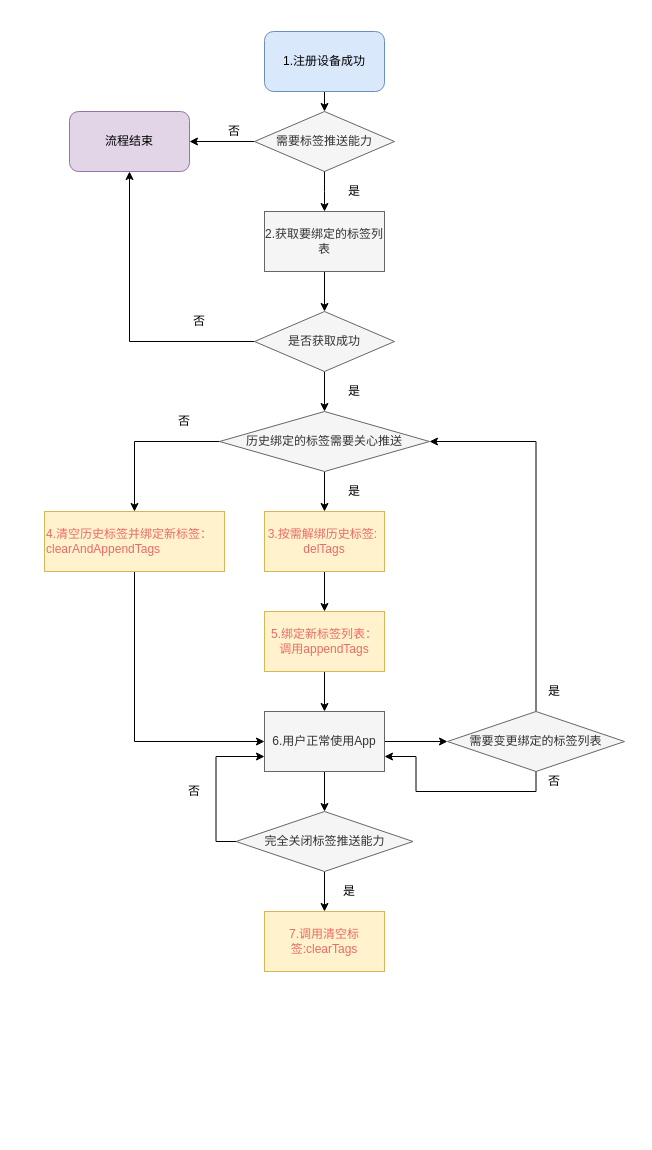
The draw.io diagram tag.drawio in muyanbiao/tpnsFlowChart, before the edit. Source tidied: cells renumbered, new cells numbered last; positions are measured from the earlier drawing's top-left corner, leaving out a move shared by most shapes. Both pictures are drawn from the tidied source at 100%, with x=0, y=0 at pixel (44, 31).
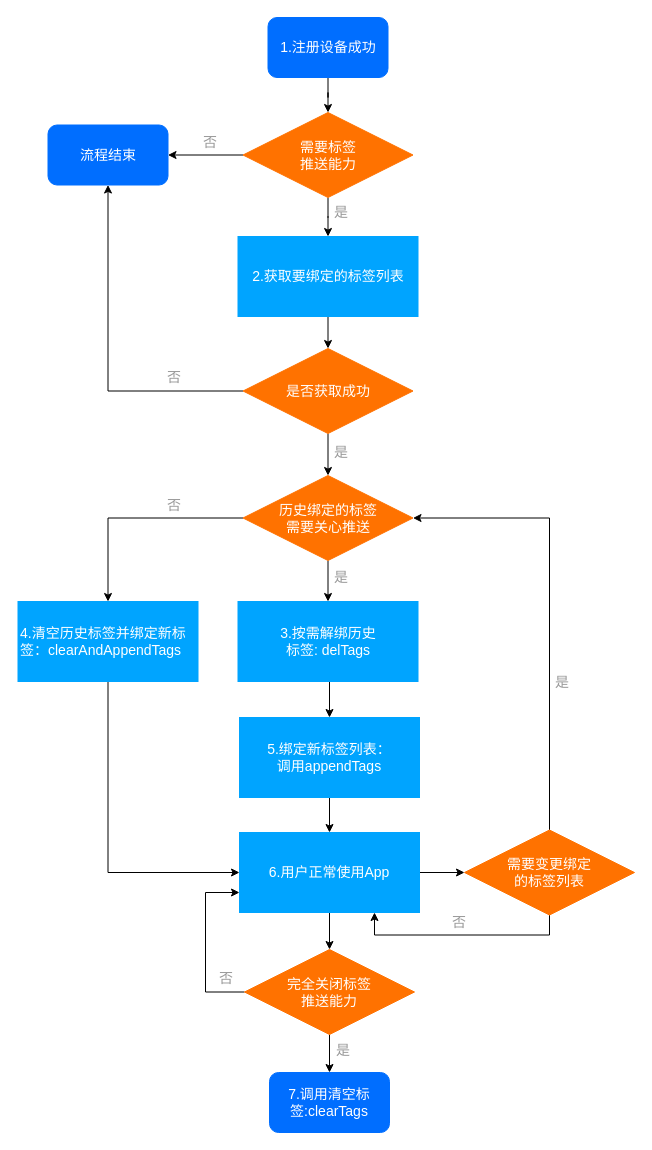
After the change.

Diff of the diagram source:
```diff
@@
-    <mxCell id="2" style="endArrow=classic;html=1;exitX=0.5;exitY=1;exitDx=0;exitDy=0;entryX=0.5;entryY=0;entryDx=0;entryDy=0;" parent="1" edge="1" source="3">
-      <mxGeometry relative="1" as="geometry">
-        <mxPoint x="280" y="80" as="targetPoint" />
-      </mxGeometry>
-    </mxCell>
+    <mxCell id="42" style="edgeStyle=orthogonalEdgeStyle;rounded=0;jettySize=auto;html=1;entryX=0.5;entryY=0;entryDx=0;entryDy=0;fontSize=14;fontColor=#FFFFFF;" parent="1" edge="1" source="3" target="6">
+      <mxGeometry relative="1" as="geometry" />
+    </mxCell>
-    <mxCell id="3" value="&lt;font face=&quot;helvetica&quot;&gt;1.注册设备成功&lt;/font&gt;" style="rounded=1;whiteSpace=wrap;html=1;fillColor=#dae8fc;strokeColor=#6c8ebf;" parent="1" vertex="1">
-      <mxGeometry x="220" width="120" height="60" as="geometry" />
+    <mxCell id="3" value="&lt;font face=&quot;helvetica&quot; style=&quot;font-size: 14px;&quot;&gt;1.注册设备成功&lt;/font&gt;" style="rounded=1;whiteSpace=wrap;html=1;fillColor=#006EFF;strokeColor=#006EFF;fontSize=14;fontColor=#FFFFFF;" parent="1" vertex="1">
+      <mxGeometry x="223.5" y="-14" width="120" height="60" as="geometry" />
     </mxCell>
-    <mxCell id="4" value="是" style="text;html=1;strokeColor=none;fillColor=none;align=center;verticalAlign=middle;whiteSpace=wrap;rounded=0;" parent="1" vertex="1">
-      <mxGeometry x="290" y="150" width="40" height="20" as="geometry" />
+    <mxCell id="4" value="是" style="text;html=1;strokeColor=none;fillColor=none;align=center;verticalAlign=middle;whiteSpace=wrap;rounded=0;fontSize=14;fontColor=#999999;" parent="1" vertex="1">
+      <mxGeometry x="284.5" y="169" width="24" height="24" as="geometry" />
     </mxCell>
-    <mxCell id="5" style="edgeStyle=orthogonalEdgeStyle;rounded=0;jettySize=auto;html=1;exitX=0;exitY=0.5;exitDx=0;exitDy=0;entryX=1;entryY=0.5;entryDx=0;entryDy=0;" parent="1" edge="1" source="6" target="8">
+    <mxCell id="5" style="edgeStyle=orthogonalEdgeStyle;rounded=0;jettySize=auto;html=1;exitX=0;exitY=0.5;exitDx=0;exitDy=0;entryX=1;entryY=0.5;entryDx=0;entryDy=0;fontSize=14;" parent="1" edge="1" source="6" target="8">
       <mxGeometry relative="1" as="geometry" />
     </mxCell>
+    <mxCell id="43" style="edgeStyle=orthogonalEdgeStyle;rounded=0;jettySize=auto;html=1;fontSize=14;fontColor=#FFFFFF;" parent="1" edge="1" source="6" target="11">
+      <mxGeometry relative="1" as="geometry" />
+    </mxCell>
-    <mxCell id="6" value="需要标签推送能力" style="rhombus;whiteSpace=wrap;html=1;fillColor=#f5f5f5;strokeColor=#666666;fontColor=#333333;" parent="1" vertex="1">
-      <mxGeometry x="210" y="80" width="140" height="60" as="geometry" />
+    <mxCell id="6" value="需要标签&lt;br&gt;推送能力" style="rhombus;whiteSpace=wrap;html=1;fillColor=#FF7200;strokeColor=#FF7200;fontColor=#FFFFFF;fontSize=14;" parent="1" vertex="1">
+      <mxGeometry x="198.5" y="81" width="170" height="85" as="geometry" />
     </mxCell>
-    <mxCell id="7" style="edgeStyle=orthogonalEdgeStyle;rounded=0;jettySize=auto;html=1;exitX=0.5;exitY=1;exitDx=0;exitDy=0;" parent="1" edge="1" source="6">
-      <mxGeometry relative="1" as="geometry">
-        <mxPoint x="280" y="180" as="targetPoint" />
-      </mxGeometry>
-    </mxCell>
-    <mxCell id="8" value="&lt;font face=&quot;helvetica&quot;&gt;流程结束&lt;br&gt;&lt;/font&gt;" style="rounded=1;whiteSpace=wrap;html=1;fillColor=#e1d5e7;strokeColor=#9673a6;" parent="1" vertex="1">
-      <mxGeometry x="25" y="80" width="120" height="60" as="geometry" />
+    <mxCell id="8" value="&lt;font face=&quot;helvetica&quot; style=&quot;font-size: 14px;&quot;&gt;流程结束&lt;br style=&quot;font-size: 14px;&quot;&gt;&lt;/font&gt;" style="rounded=1;whiteSpace=wrap;html=1;fillColor=#006EFF;strokeColor=#006EFF;fontSize=14;fontColor=#FFFFFF;" parent="1" vertex="1">
+      <mxGeometry x="3.5" y="93.5" width="120" height="60" as="geometry" />
     </mxCell>
-    <mxCell id="9" value="否" style="text;html=1;strokeColor=none;fillColor=none;align=center;verticalAlign=middle;whiteSpace=wrap;rounded=0;" parent="1" vertex="1">
-      <mxGeometry x="170" y="90" width="40" height="20" as="geometry" />
+    <mxCell id="9" value="否" style="text;html=1;strokeColor=none;fillColor=none;align=center;verticalAlign=middle;whiteSpace=wrap;rounded=0;fontSize=14;fontColor=#999999;" parent="1" vertex="1">
+      <mxGeometry x="154" y="99" width="24" height="24" as="geometry" />
     </mxCell>
-    <mxCell id="10" style="edgeStyle=orthogonalEdgeStyle;rounded=0;jettySize=auto;html=1;exitX=0.5;exitY=1;exitDx=0;exitDy=0;entryX=0.5;entryY=0;entryDx=0;entryDy=0;" parent="1" edge="1" source="11" target="14">
+    <mxCell id="10" style="edgeStyle=orthogonalEdgeStyle;rounded=0;jettySize=auto;html=1;exitX=0.5;exitY=1;exitDx=0;exitDy=0;entryX=0.5;entryY=0;entryDx=0;entryDy=0;fontSize=14;" parent="1" edge="1" source="11" target="14">
       <mxGeometry relative="1" as="geometry" />
     </mxCell>
-    <mxCell id="11" value="&lt;font face=&quot;helvetica&quot;&gt;2.获取要绑定的标签列表&lt;/font&gt;" style="rounded=0;whiteSpace=wrap;html=1;fillColor=#f5f5f5;strokeColor=#666666;fontColor=#333333;" parent="1" vertex="1">
-      <mxGeometry x="220" y="180" width="120" height="60" as="geometry" />
+    <mxCell id="11" value="&lt;font face=&quot;helvetica&quot; style=&quot;font-size: 14px;&quot;&gt;2.获取要绑定的标签列表&lt;/font&gt;" style="rounded=0;whiteSpace=wrap;html=1;fontSize=14;strokeColor=#00A4FF;fillColor=#00A4FF;fontColor=#FFFFFF;" parent="1" vertex="1">
+      <mxGeometry x="193.5" y="205" width="180" height="80" as="geometry" />
     </mxCell>
+    <mxCell id="13" style="edgeStyle=orthogonalEdgeStyle;rounded=0;jettySize=auto;html=1;exitX=0;exitY=0.5;exitDx=0;exitDy=0;entryX=0.5;entryY=1;entryDx=0;entryDy=0;fontSize=14;" parent="1" edge="1" source="14" target="8">
+      <mxGeometry relative="1" as="geometry" />
+    </mxCell>
-    <mxCell id="12" style="edgeStyle=orthogonalEdgeStyle;rounded=0;jettySize=auto;html=1;exitX=0.5;exitY=1;exitDx=0;exitDy=0;entryX=0.5;entryY=0;entryDx=0;entryDy=0;" parent="1" edge="1" source="14" target="18">
+    <mxCell id="12" style="edgeStyle=orthogonalEdgeStyle;rounded=0;jettySize=auto;html=1;fontSize=14;fontColor=#FFFFFF;" parent="1" edge="1" source="14" target="18">
       <mxGeometry relative="1" as="geometry" />
     </mxCell>
-    <mxCell id="13" style="edgeStyle=orthogonalEdgeStyle;rounded=0;jettySize=auto;html=1;exitX=0;exitY=0.5;exitDx=0;exitDy=0;entryX=0.5;entryY=1;entryDx=0;entryDy=0;" parent="1" edge="1" source="14" target="8">
-      <mxGeometry relative="1" as="geometry" />
-    </mxCell>
-    <mxCell id="14" value="是否获取成功" style="rhombus;whiteSpace=wrap;html=1;fillColor=#f5f5f5;strokeColor=#666666;fontColor=#333333;" parent="1" vertex="1">
-      <mxGeometry x="210" y="280" width="140" height="60" as="geometry" />
+    <mxCell id="14" value="是否获取成功" style="rhombus;whiteSpace=wrap;html=1;fillColor=#FF7200;strokeColor=#FF7200;fontColor=#FFFFFF;fontSize=14;" parent="1" vertex="1">
+      <mxGeometry x="198.5" y="317" width="170" height="85" as="geometry" />
     </mxCell>
-    <mxCell id="15" value="否" style="text;html=1;strokeColor=none;fillColor=none;align=center;verticalAlign=middle;whiteSpace=wrap;rounded=0;" parent="1" vertex="1">
-      <mxGeometry x="135" y="280" width="40" height="20" as="geometry" />
+    <mxCell id="15" value="否" style="text;html=1;strokeColor=none;fillColor=none;align=center;verticalAlign=middle;whiteSpace=wrap;rounded=0;fontSize=14;fontColor=#999999;" parent="1" vertex="1">
+      <mxGeometry x="118" y="334" width="24" height="24" as="geometry" />
     </mxCell>
+    <mxCell id="17" style="edgeStyle=orthogonalEdgeStyle;rounded=0;jettySize=auto;html=1;exitX=0;exitY=0.5;exitDx=0;exitDy=0;entryX=0.5;entryY=0;entryDx=0;entryDy=0;fontSize=14;" parent="1" edge="1" source="18" target="26">
+      <mxGeometry relative="1" as="geometry" />
+    </mxCell>
-    <mxCell id="16" style="edgeStyle=orthogonalEdgeStyle;rounded=0;jettySize=auto;html=1;exitX=0.5;exitY=1;exitDx=0;exitDy=0;entryX=0.5;entryY=0;entryDx=0;entryDy=0;" parent="1" edge="1" source="18" target="21">
+    <mxCell id="16" style="edgeStyle=orthogonalEdgeStyle;rounded=0;jettySize=auto;html=1;fontSize=14;fontColor=#FFFFFF;" parent="1" edge="1" source="18" target="21">
       <mxGeometry relative="1" as="geometry" />
     </mxCell>
-    <mxCell id="17" style="edgeStyle=orthogonalEdgeStyle;rounded=0;jettySize=auto;html=1;exitX=0;exitY=0.5;exitDx=0;exitDy=0;entryX=0.5;entryY=0;entryDx=0;entryDy=0;" parent="1" edge="1" source="18" target="26">
-      <mxGeometry relative="1" as="geometry" />
-    </mxCell>
-    <mxCell id="18" value="历史绑定的标签需要关心推送" style="rhombus;whiteSpace=wrap;html=1;fillColor=#f5f5f5;strokeColor=#666666;fontColor=#333333;" parent="1" vertex="1">
-      <mxGeometry x="175" y="380" width="210" height="60" as="geometry" />
+    <mxCell id="18" value="历史绑定的标签&lt;br&gt;需要关心推送" style="rhombus;whiteSpace=wrap;html=1;fillColor=#FF7200;strokeColor=#FF7200;fontColor=#FFFFFF;fontSize=14;" parent="1" vertex="1">
+      <mxGeometry x="198.5" y="444" width="170" height="85" as="geometry" />
     </mxCell>
-    <mxCell id="19" value="是" style="text;html=1;strokeColor=none;fillColor=none;align=center;verticalAlign=middle;whiteSpace=wrap;rounded=0;" parent="1" vertex="1">
-      <mxGeometry x="290" y="350" width="40" height="20" as="geometry" />
+    <mxCell id="19" value="是" style="text;html=1;strokeColor=none;fillColor=none;align=center;verticalAlign=middle;whiteSpace=wrap;rounded=0;fontSize=14;fontColor=#999999;" parent="1" vertex="1">
+      <mxGeometry x="284.5" y="409" width="24" height="24" as="geometry" />
     </mxCell>
-    <mxCell id="20" style="edgeStyle=orthogonalEdgeStyle;rounded=0;jettySize=auto;html=1;exitX=0.5;exitY=1;exitDx=0;exitDy=0;entryX=0.5;entryY=0;entryDx=0;entryDy=0;" parent="1" edge="1" source="21" target="23">
+    <mxCell id="20" style="edgeStyle=orthogonalEdgeStyle;rounded=0;jettySize=auto;html=1;exitX=0.5;exitY=1;exitDx=0;exitDy=0;entryX=0.5;entryY=0;entryDx=0;entryDy=0;fontSize=14;" parent="1" edge="1" source="21" target="23">
       <mxGeometry relative="1" as="geometry" />
     </mxCell>
-    <mxCell id="21" value="&lt;font color=&quot;#ea6b66&quot;&gt;&lt;font face=&quot;helvetica&quot;&gt;3.按需解绑历史标签:&amp;nbsp;&lt;br&gt;&lt;/font&gt;&lt;span style=&quot;font-family: &amp;#34;helvetica&amp;#34;&quot;&gt;delTags&lt;/span&gt;&lt;/font&gt;" style="rounded=0;whiteSpace=wrap;html=1;fillColor=#fff2cc;strokeColor=#d6b656;" parent="1" vertex="1">
-      <mxGeometry x="220" y="480" width="120" height="60" as="geometry" />
+    <mxCell id="21" value="&lt;font style=&quot;font-size: 14px&quot;&gt;&lt;font face=&quot;helvetica&quot; style=&quot;font-size: 14px&quot;&gt;3.按需解绑历史&lt;br&gt;标签:&amp;nbsp;&lt;/font&gt;&lt;span style=&quot;font-family: &amp;#34;helvetica&amp;#34; ; font-size: 14px&quot;&gt;delTags&lt;/span&gt;&lt;/font&gt;" style="rounded=0;whiteSpace=wrap;html=1;fontSize=14;strokeColor=#00A4FF;fillColor=#00A4FF;fontColor=#FFFFFF;" parent="1" vertex="1">
+      <mxGeometry x="193.5" y="570" width="180" height="80" as="geometry" />
     </mxCell>
-    <mxCell id="22" style="edgeStyle=orthogonalEdgeStyle;rounded=0;jettySize=auto;html=1;exitX=0.5;exitY=1;exitDx=0;exitDy=0;entryX=0.5;entryY=0;entryDx=0;entryDy=0;" parent="1" edge="1" source="23" target="30">
+    <mxCell id="22" style="edgeStyle=orthogonalEdgeStyle;rounded=0;jettySize=auto;html=1;fontSize=14;fontColor=#999999;" parent="1" edge="1" source="23" target="30">
       <mxGeometry relative="1" as="geometry" />
     </mxCell>
-    <mxCell id="23" value="&lt;font color=&quot;#ea6b66&quot;&gt;&lt;font face=&quot;helvetica&quot;&gt;5.绑定新标签列表：&lt;br&gt;调用appendTag&lt;/font&gt;&lt;span style=&quot;font-family: &amp;#34;helvetica&amp;#34;&quot;&gt;s&lt;/span&gt;&lt;/font&gt;" style="rounded=0;whiteSpace=wrap;html=1;fillColor=#fff2cc;strokeColor=#d6b656;" parent="1" vertex="1">
-      <mxGeometry x="220" y="580" width="120" height="60" as="geometry" />
+    <mxCell id="23" value="&lt;font style=&quot;font-size: 14px;&quot;&gt;&lt;font face=&quot;helvetica&quot; style=&quot;font-size: 14px;&quot;&gt;5.绑定新标签列表：&lt;br style=&quot;font-size: 14px;&quot;&gt;调用appendTag&lt;/font&gt;&lt;span style=&quot;font-family: helvetica; font-size: 14px;&quot;&gt;s&lt;/span&gt;&lt;/font&gt;" style="rounded=0;whiteSpace=wrap;html=1;fontSize=14;strokeColor=#00A4FF;fillColor=#00A4FF;fontColor=#FFFFFF;" parent="1" vertex="1">
+      <mxGeometry x="195" y="686" width="180" height="80" as="geometry" />
     </mxCell>
-    <mxCell id="24" value="是" style="text;html=1;strokeColor=none;fillColor=none;align=center;verticalAlign=middle;whiteSpace=wrap;rounded=0;" parent="1" vertex="1">
-      <mxGeometry x="290" y="450" width="40" height="20" as="geometry" />
+    <mxCell id="24" value="是" style="text;html=1;strokeColor=none;fillColor=none;align=center;verticalAlign=middle;whiteSpace=wrap;rounded=0;fontSize=14;fontColor=#999999;" parent="1" vertex="1">
+      <mxGeometry x="284.5" y="534" width="24" height="24" as="geometry" />
     </mxCell>
-    <mxCell id="25" style="edgeStyle=orthogonalEdgeStyle;rounded=0;jettySize=auto;html=1;exitX=0.5;exitY=1;exitDx=0;exitDy=0;entryX=0;entryY=0.5;entryDx=0;entryDy=0;" parent="1" edge="1" source="26" target="30">
+    <mxCell id="25" style="edgeStyle=orthogonalEdgeStyle;rounded=0;jettySize=auto;html=1;exitX=0.5;exitY=1;exitDx=0;exitDy=0;entryX=0;entryY=0.5;entryDx=0;entryDy=0;fontSize=14;" parent="1" edge="1" source="26" target="30">
       <mxGeometry relative="1" as="geometry" />
     </mxCell>
-    <mxCell id="26" value="&lt;font face=&quot;helvetica&quot; color=&quot;#ea6b66&quot;&gt;4.清空历史标签并绑定新标签：clearAndAppendTags&lt;/font&gt;" style="rounded=0;whiteSpace=wrap;html=1;fillColor=#fff2cc;strokeColor=#d6b656;align=left;" parent="1" vertex="1">
-      <mxGeometry y="480" width="180" height="60" as="geometry" />
+    <mxCell id="26" value="&lt;font face=&quot;helvetica&quot; style=&quot;font-size: 14px;&quot;&gt;4.清空历史标签并绑定新标签：clearAndAppendTags&lt;/font&gt;" style="rounded=0;whiteSpace=wrap;html=1;align=left;fontSize=14;strokeColor=#00A4FF;fillColor=#00A4FF;fontColor=#FFFFFF;" parent="1" vertex="1">
+      <mxGeometry x="-26.5" y="570" width="180" height="80" as="geometry" />
     </mxCell>
-    <mxCell id="27" value="否" style="text;html=1;strokeColor=none;fillColor=none;align=center;verticalAlign=middle;whiteSpace=wrap;rounded=0;" parent="1" vertex="1">
-      <mxGeometry x="120" y="380" width="40" height="20" as="geometry" />
+    <mxCell id="27" value="否" style="text;html=1;strokeColor=none;fillColor=none;align=center;verticalAlign=middle;whiteSpace=wrap;rounded=0;fontSize=14;fontColor=#999999;" parent="1" vertex="1">
+      <mxGeometry x="118" y="462" width="24" height="24" as="geometry" />
     </mxCell>
-    <mxCell id="28" style="edgeStyle=orthogonalEdgeStyle;rounded=0;jettySize=auto;html=1;exitX=1;exitY=0.5;exitDx=0;exitDy=0;entryX=0;entryY=0.5;entryDx=0;entryDy=0;" parent="1" edge="1" source="30" target="33">
+    <mxCell id="28" style="edgeStyle=orthogonalEdgeStyle;rounded=0;jettySize=auto;html=1;exitX=1;exitY=0.5;exitDx=0;exitDy=0;entryX=0;entryY=0.5;entryDx=0;entryDy=0;fontSize=14;" parent="1" edge="1" source="30" target="33">
       <mxGeometry relative="1" as="geometry" />
     </mxCell>
-    <mxCell id="29" style="edgeStyle=orthogonalEdgeStyle;rounded=0;jettySize=auto;html=1;exitX=0.5;exitY=1;exitDx=0;exitDy=0;entryX=0.5;entryY=0;entryDx=0;entryDy=0;" parent="1" edge="1" source="30" target="38">
+    <mxCell id="29" style="edgeStyle=orthogonalEdgeStyle;rounded=0;jettySize=auto;html=1;exitX=0.5;exitY=1;exitDx=0;exitDy=0;entryX=0.5;entryY=0;entryDx=0;entryDy=0;fontSize=14;" parent="1" edge="1" source="30" target="38">
       <mxGeometry relative="1" as="geometry" />
     </mxCell>
-    <mxCell id="30" value="&lt;font face=&quot;helvetica&quot;&gt;6.用户正常使用App&lt;br&gt;&lt;/font&gt;" style="rounded=0;whiteSpace=wrap;html=1;fillColor=#f5f5f5;strokeColor=#666666;fontColor=#333333;" parent="1" vertex="1">
-      <mxGeometry x="220" y="680" width="120" height="60" as="geometry" />
+    <mxCell id="30" value="&lt;font face=&quot;helvetica&quot; style=&quot;font-size: 14px;&quot;&gt;6.用户正常使用App&lt;br style=&quot;font-size: 14px;&quot;&gt;&lt;/font&gt;" style="rounded=0;whiteSpace=wrap;html=1;fontSize=14;strokeColor=#00A4FF;fillColor=#00A4FF;fontColor=#FFFFFF;" parent="1" vertex="1">
+      <mxGeometry x="195" y="801" width="180" height="80" as="geometry" />
     </mxCell>
-    <mxCell id="31" style="edgeStyle=orthogonalEdgeStyle;rounded=0;jettySize=auto;html=1;exitX=0.5;exitY=0;exitDx=0;exitDy=0;entryX=1;entryY=0.5;entryDx=0;entryDy=0;" parent="1" edge="1" source="33" target="18">
+    <mxCell id="31" style="edgeStyle=orthogonalEdgeStyle;rounded=0;jettySize=auto;html=1;exitX=0.5;exitY=0;exitDx=0;exitDy=0;entryX=1;entryY=0.5;entryDx=0;entryDy=0;fontSize=14;" parent="1" edge="1" source="33" target="18">
       <mxGeometry relative="1" as="geometry" />
     </mxCell>
-    <mxCell id="32" style="edgeStyle=orthogonalEdgeStyle;rounded=0;jettySize=auto;html=1;exitX=0.5;exitY=1;exitDx=0;exitDy=0;entryX=1;entryY=0.75;entryDx=0;entryDy=0;" parent="1" edge="1" source="33" target="30">
+    <mxCell id="32" style="edgeStyle=orthogonalEdgeStyle;rounded=0;jettySize=auto;html=1;exitX=0.5;exitY=1;exitDx=0;exitDy=0;entryX=0.75;entryY=1;entryDx=0;entryDy=0;fontSize=14;" parent="1" edge="1" source="33" target="30">
       <mxGeometry relative="1" as="geometry" />
     </mxCell>
-    <mxCell id="33" value="需要变更绑定的标签列表" style="rhombus;whiteSpace=wrap;html=1;fillColor=#f5f5f5;strokeColor=#666666;fontColor=#333333;" parent="1" vertex="1">
-      <mxGeometry x="403" y="680" width="177" height="60" as="geometry" />
+    <mxCell id="33" value="需要变更绑定&lt;br&gt;的标签列表" style="rhombus;whiteSpace=wrap;html=1;fillColor=#FF7200;strokeColor=#FF7200;fontColor=#FFFFFF;fontSize=14;" parent="1" vertex="1">
+      <mxGeometry x="420" y="798.5" width="170" height="85" as="geometry" />
     </mxCell>
-    <mxCell id="34" value="是" style="text;html=1;strokeColor=none;fillColor=none;align=center;verticalAlign=middle;whiteSpace=wrap;rounded=0;" parent="1" vertex="1">
-      <mxGeometry x="490" y="650" width="40" height="20" as="geometry" />
+    <mxCell id="34" value="是" style="text;html=1;strokeColor=none;fillColor=none;align=center;verticalAlign=middle;whiteSpace=wrap;rounded=0;fontSize=14;fontColor=#999999;" parent="1" vertex="1">
+      <mxGeometry x="506" y="639" width="24" height="24" as="geometry" />
     </mxCell>
-    <mxCell id="35" value="否" style="text;html=1;strokeColor=none;fillColor=none;align=center;verticalAlign=middle;whiteSpace=wrap;rounded=0;" parent="1" vertex="1">
-      <mxGeometry x="490" y="740" width="40" height="20" as="geometry" />
+    <mxCell id="35" value="否" style="text;html=1;strokeColor=none;fillColor=none;align=center;verticalAlign=middle;whiteSpace=wrap;rounded=0;fontSize=14;fontColor=#999999;" parent="1" vertex="1">
+      <mxGeometry x="403" y="879" width="24" height="24" as="geometry" />
     </mxCell>
-    <mxCell id="36" style="edgeStyle=orthogonalEdgeStyle;rounded=0;jettySize=auto;html=1;exitX=0.5;exitY=1;exitDx=0;exitDy=0;entryX=0.5;entryY=0;entryDx=0;entryDy=0;" parent="1" edge="1" source="38" target="39">
+    <mxCell id="36" style="edgeStyle=orthogonalEdgeStyle;rounded=0;jettySize=auto;html=1;exitX=0.5;exitY=1;exitDx=0;exitDy=0;entryX=0.5;entryY=0;entryDx=0;entryDy=0;fontSize=14;" parent="1" edge="1" source="38" target="39">
       <mxGeometry relative="1" as="geometry" />
     </mxCell>
-    <mxCell id="37" style="edgeStyle=orthogonalEdgeStyle;rounded=0;jettySize=auto;html=1;exitX=0;exitY=0.5;exitDx=0;exitDy=0;entryX=0;entryY=0.75;entryDx=0;entryDy=0;" parent="1" edge="1" source="38" target="30">
-      <mxGeometry relative="1" as="geometry" />
+    <mxCell id="37" style="edgeStyle=orthogonalEdgeStyle;rounded=0;jettySize=auto;html=1;entryX=0;entryY=0.75;entryDx=0;entryDy=0;fontSize=14;fontColor=#999999;" parent="1" edge="1" source="38" target="30">
+      <mxGeometry relative="1" as="geometry">
+        <Array as="points">
+          <mxPoint x="161" y="961" />
+          <mxPoint x="161" y="861" />
+        </Array>
+      </mxGeometry>
     </mxCell>
-    <mxCell id="38" value="完全关闭标签推送能力" style="rhombus;whiteSpace=wrap;html=1;fillColor=#f5f5f5;strokeColor=#666666;fontColor=#333333;" parent="1" vertex="1">
-      <mxGeometry x="191.5" y="780" width="177" height="60" as="geometry" />
+    <mxCell id="38" value="完全关闭标签&lt;br&gt;推送能力" style="rhombus;whiteSpace=wrap;html=1;fillColor=#FF7200;strokeColor=#FF7200;fontColor=#FFFFFF;fontSize=14;" parent="1" vertex="1">
+      <mxGeometry x="200" y="918" width="170" height="85" as="geometry" />
     </mxCell>
-    <mxCell id="39" value="&lt;font face=&quot;helvetica&quot;&gt;&lt;font color=&quot;#ea6b66&quot;&gt;7.调用清空标签:clearTags&lt;/font&gt;&lt;br&gt;&lt;/font&gt;" style="rounded=0;whiteSpace=wrap;html=1;fillColor=#fff2cc;strokeColor=#d6b656;" parent="1" vertex="1">
-      <mxGeometry x="220" y="880" width="120" height="60" as="geometry" />
+    <mxCell id="39" value="&lt;font face=&quot;helvetica&quot; style=&quot;font-size: 14px;&quot;&gt;&lt;font style=&quot;font-size: 14px;&quot;&gt;7.调用清空标签:clearTags&lt;/font&gt;&lt;br style=&quot;font-size: 14px;&quot;&gt;&lt;/font&gt;" style="rounded=1;whiteSpace=wrap;html=1;fillColor=#006EFF;strokeColor=#006EFF;fontSize=14;fontColor=#FFFFFF;" parent="1" vertex="1">
+      <mxGeometry x="225" y="1041" width="120" height="60" as="geometry" />
     </mxCell>
-    <mxCell id="40" value="是" style="text;html=1;strokeColor=none;fillColor=none;align=center;verticalAlign=middle;whiteSpace=wrap;rounded=0;" parent="1" vertex="1">
-      <mxGeometry x="285" y="850" width="40" height="20" as="geometry" />
+    <mxCell id="40" value="是" style="text;html=1;strokeColor=none;fillColor=none;align=center;verticalAlign=middle;whiteSpace=wrap;rounded=0;fontSize=14;fontColor=#999999;" parent="1" vertex="1">
+      <mxGeometry x="286.5" y="1007" width="24" height="24" as="geometry" />
     </mxCell>
-    <mxCell id="41" value="否" style="text;html=1;strokeColor=none;fillColor=none;align=center;verticalAlign=middle;whiteSpace=wrap;rounded=0;" parent="1" vertex="1">
-      <mxGeometry x="130" y="750" width="40" height="20" as="geometry" />
+    <mxCell id="41" value="否" style="text;html=1;strokeColor=none;fillColor=none;align=center;verticalAlign=middle;whiteSpace=wrap;rounded=0;fontSize=14;fontColor=#999999;" parent="1" vertex="1">
+      <mxGeometry x="169.5" y="935" width="24" height="24" as="geometry" />
     </mxCell>
```
